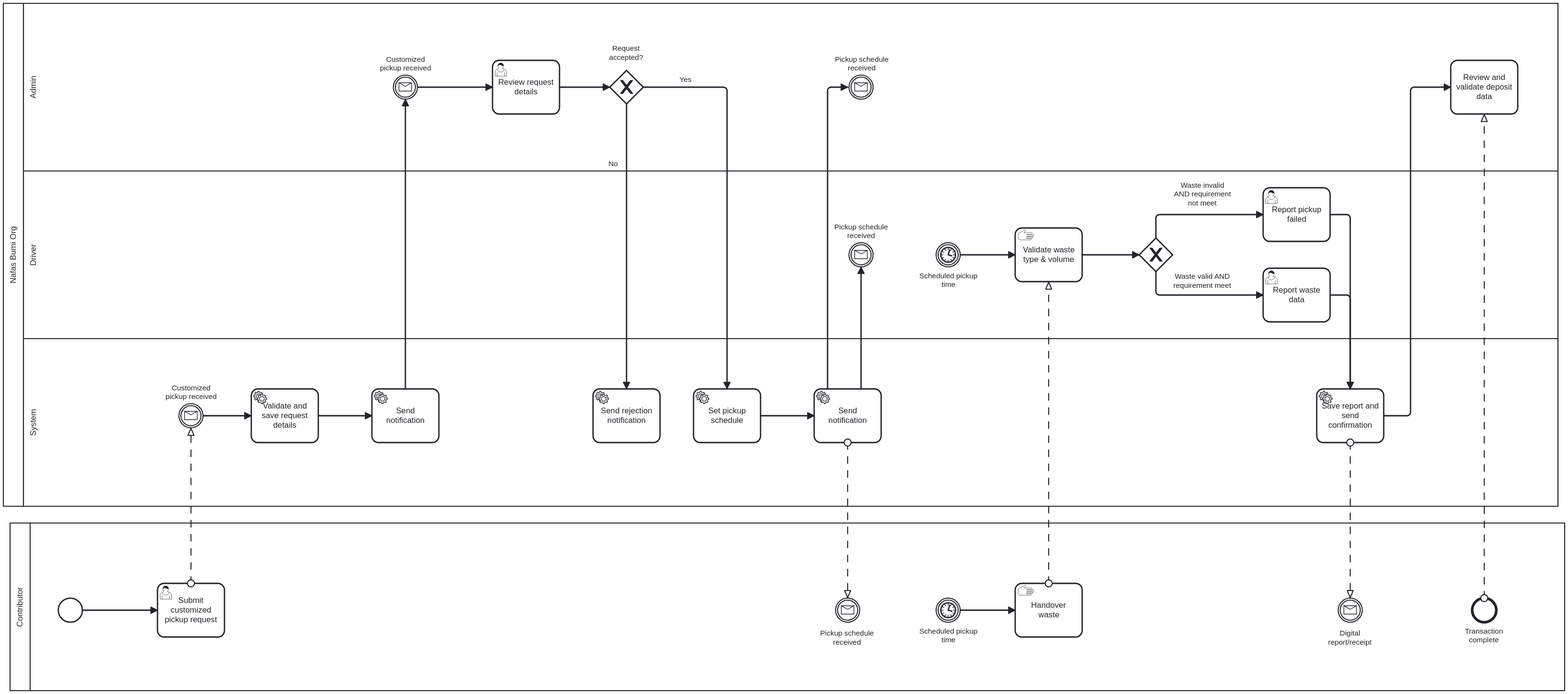
Before: docs/assets/bpmn/customized-service.svg, a diagram exported from BPMN (gede-wahyu/nafas-bumi). Its source is kept beside it as docs/assets/bpmn/customized-service.bpmn. Ids are renumbered.
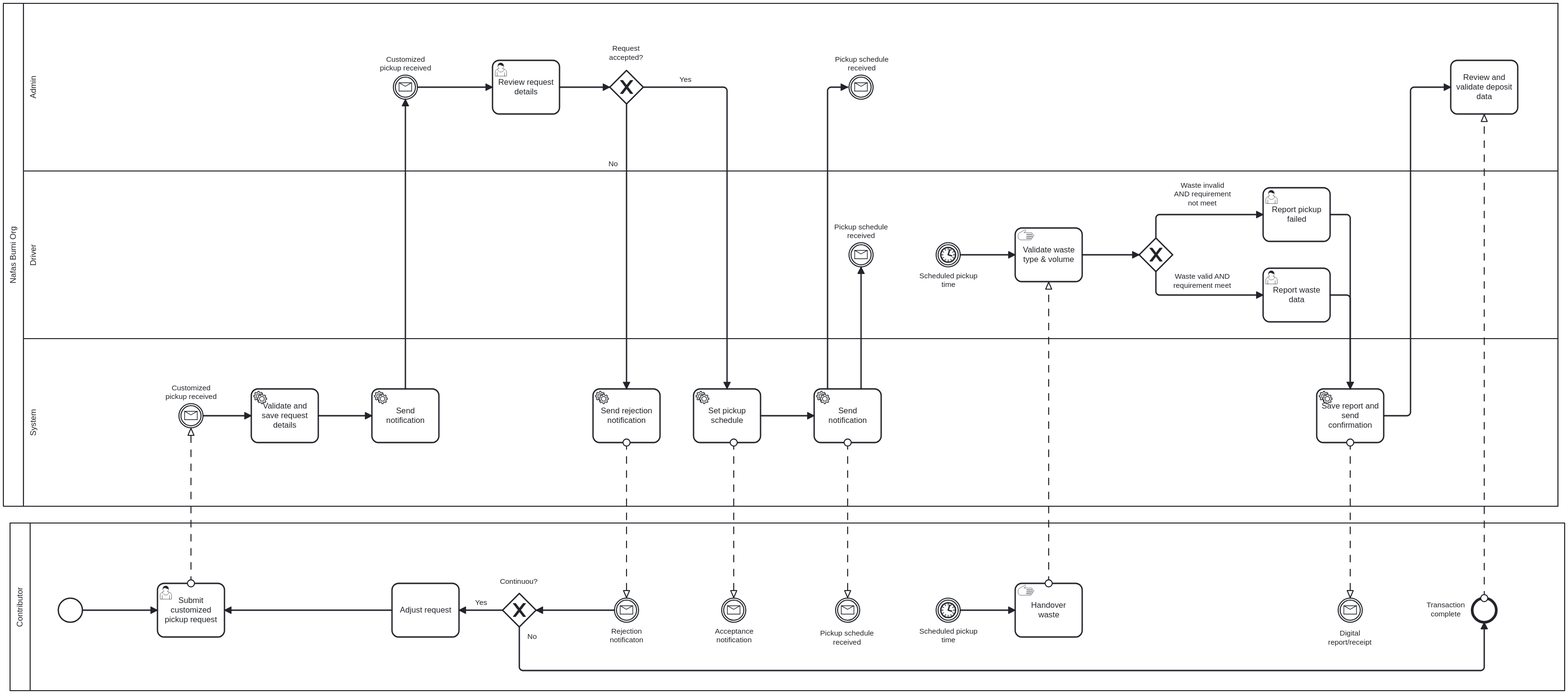
Later version of the same file.

Commit message:
feat: Add BPMN diagram and assets for the customized service process.

What changed in the source:
```diff
@@ -7,6 +7,8 @@
     <bpmn:messageFlow id="Flow_n13" sourceRef="Activity_n14" targetRef="Event_n15" />
     <bpmn:messageFlow id="Flow_n16" sourceRef="Event_n17" targetRef="Activity_n18" />
     <bpmn:messageFlow id="Flow_n19" sourceRef="Activity_n20" targetRef="Activity_n21" />
+    <bpmn:messageFlow id="Flow_n78" sourceRef="Activity_n45" targetRef="Event_n79" />
+    <bpmn:messageFlow id="Flow_n80" sourceRef="Activity_n44" targetRef="Event_n81" />
   </bpmn:collaboration>
   <bpmn:process id="Process_n4" isExecutable="false">
     <bpmn:intermediateCatchEvent id="Event_n12" name="Pickup schedule received">
@@ -14,6 +16,7 @@
     </bpmn:intermediateCatchEvent>
     <bpmn:userTask id="Activity_n8" name="Submit customized pickup request">
       <bpmn:incoming>Flow_n23</bpmn:incoming>
+      <bpmn:incoming>Flow_n82</bpmn:incoming>
     </bpmn:userTask>
     <bpmn:startEvent id="Event_n24">
       <bpmn:outgoing>Flow_n23</bpmn:outgoing>
@@ -21,7 +24,9 @@
     <bpmn:intermediateCatchEvent id="Event_n15" name="Digital report/receipt">
       <bpmn:messageEventDefinition id="MessageEventDefinition_n25" />
     </bpmn:intermediateCatchEvent>
-    <bpmn:endEvent id="Event_n17" name="Transaction complete" />
+    <bpmn:endEvent id="Event_n17" name="Transaction complete">
+      <bpmn:incoming>Flow_n83</bpmn:incoming>
+    </bpmn:endEvent>
     <bpmn:sequenceFlow id="Flow_n23" sourceRef="Event_n24" targetRef="Activity_n8" />
     <bpmn:intermediateCatchEvent id="Event_n26" name="Scheduled pickup time">
       <bpmn:outgoing>Flow_n27</bpmn:outgoing>
@@ -31,6 +36,26 @@
       <bpmn:incoming>Flow_n27</bpmn:incoming>
     </bpmn:manualTask>
     <bpmn:sequenceFlow id="Flow_n27" sourceRef="Event_n26" targetRef="Activity_n20" />
+    <bpmn:intermediateCatchEvent id="Event_n79" name="Rejection notificaton">
+      <bpmn:outgoing>Flow_n84</bpmn:outgoing>
+      <bpmn:messageEventDefinition id="MessageEventDefinition_n85" />
+    </bpmn:intermediateCatchEvent>
+    <bpmn:intermediateCatchEvent id="Event_n81" name="Acceptance notification">
+      <bpmn:messageEventDefinition id="MessageEventDefinition_n86" />
+    </bpmn:intermediateCatchEvent>
+    <bpmn:exclusiveGateway id="Gateway_n87" name="Continuou?">
+      <bpmn:incoming>Flow_n84</bpmn:incoming>
+      <bpmn:outgoing>Flow_n88</bpmn:outgoing>
+      <bpmn:outgoing>Flow_n83</bpmn:outgoing>
+    </bpmn:exclusiveGateway>
+    <bpmn:sequenceFlow id="Flow_n84" sourceRef="Event_n79" targetRef="Gateway_n87" />
+    <bpmn:task id="Activity_n89" name="Adjust request">
+      <bpmn:incoming>Flow_n88</bpmn:incoming>
+      <bpmn:outgoing>Flow_n82</bpmn:outgoing>
+    </bpmn:task>
+    <bpmn:sequenceFlow id="Flow_n88" name="Yes" sourceRef="Gateway_n87" targetRef="Activity_n89" />
+    <bpmn:sequenceFlow id="Flow_n82" sourceRef="Activity_n89" targetRef="Activity_n8" />
+    <bpmn:sequenceFlow id="Flow_n83" name="No" sourceRef="Gateway_n87" targetRef="Event_n17" />
   </bpmn:process>
   <bpmn:process id="Process_n6" isExecutable="false">
     <bpmn:laneSet id="LaneSet_n29">
@@ -180,7 +205,7 @@
       <bpmndi:BPMNShape id="Event_n17_di" bpmnElement="Event_n17">
         <dc:Bounds x="2352" y="972" width="36" height="36" />
         <bpmndi:BPMNLabel>
-          <dc:Bounds x="2341" y="1015" width="58" height="27" />
+          <dc:Bounds x="2284" y="976" width="58" height="27" />
         </bpmndi:BPMNLabel>
       </bpmndi:BPMNShape>
       <bpmndi:BPMNShape id="BPMNShape_n70" bpmnElement="Event_n26">
@@ -193,6 +218,28 @@
         <dc:Bounds x="1670" y="950" width="100" height="80" />
         <bpmndi:BPMNLabel />
       </bpmndi:BPMNShape>
+      <bpmndi:BPMNShape id="Event_16e2rmu_di" bpmnElement="Event_n79">
+        <dc:Bounds x="1072" y="972" width="36" height="36" />
+        <bpmndi:BPMNLabel>
+          <dc:Bounds x="1065" y="1015" width="51" height="27" />
+        </bpmndi:BPMNLabel>
+      </bpmndi:BPMNShape>
+      <bpmndi:BPMNShape id="BPMNShape_n90" bpmnElement="Event_n81">
+        <dc:Bounds x="1232" y="972" width="36" height="36" />
+        <bpmndi:BPMNLabel>
+          <dc:Bounds x="1222" y="1015" width="57" height="27" />
+        </bpmndi:BPMNLabel>
+      </bpmndi:BPMNShape>
+      <bpmndi:BPMNShape id="Gateway_n87_di" bpmnElement="Gateway_n87" isMarkerVisible="true">
+        <dc:Bounds x="905" y="965" width="50" height="50" />
+        <bpmndi:BPMNLabel>
+          <dc:Bounds x="901" y="941" width="57" height="14" />
+        </bpmndi:BPMNLabel>
+      </bpmndi:BPMNShape>
+      <bpmndi:BPMNShape id="Activity_n89_di" bpmnElement="Activity_n89">
+        <dc:Bounds x="740" y="950" width="100" height="80" />
+        <bpmndi:BPMNLabel />
+      </bpmndi:BPMNShape>
       <bpmndi:BPMNEdge id="Flow_n23_di" bpmnElement="Flow_n23">
         <di:waypoint x="278" y="990" />
         <di:waypoint x="390" y="990" />
@@ -200,6 +247,30 @@
       <bpmndi:BPMNEdge id="Flow_n27_di" bpmnElement="Flow_n27">
         <di:waypoint x="1588" y="990" />
         <di:waypoint x="1670" y="990" />
+      </bpmndi:BPMNEdge>
+      <bpmndi:BPMNEdge id="Flow_n84_di" bpmnElement="Flow_n84">
+        <di:waypoint x="1072" y="990" />
+        <di:waypoint x="955" y="990" />
+      </bpmndi:BPMNEdge>
+      <bpmndi:BPMNEdge id="Flow_n88_di" bpmnElement="Flow_n88">
+        <di:waypoint x="905" y="990" />
+        <di:waypoint x="840" y="990" />
+        <bpmndi:BPMNLabel>
+          <dc:Bounds x="864" y="972" width="18" height="14" />
+        </bpmndi:BPMNLabel>
+      </bpmndi:BPMNEdge>
+      <bpmndi:BPMNEdge id="Flow_n82_di" bpmnElement="Flow_n82">
+        <di:waypoint x="740" y="990" />
+        <di:waypoint x="490" y="990" />
+      </bpmndi:BPMNEdge>
+      <bpmndi:BPMNEdge id="Flow_n83_di" bpmnElement="Flow_n83">
+        <di:waypoint x="930" y="1015" />
+        <di:waypoint x="930" y="1080" />
+        <di:waypoint x="2370" y="1080" />
+        <di:waypoint x="2370" y="1008" />
+        <bpmndi:BPMNLabel>
+          <dc:Bounds x="942" y="1023" width="15" height="14" />
+        </bpmndi:BPMNLabel>
       </bpmndi:BPMNEdge>
       <bpmndi:BPMNShape id="BPMNShape_n72" bpmnElement="Participant_n5" isHorizontal="true">
         <dc:Bounds x="160" y="85" width="2320" height="750" />
@@ -408,6 +479,14 @@
         <di:waypoint x="1720" y="950" />
         <di:waypoint x="1720" y="500" />
       </bpmndi:BPMNEdge>
+      <bpmndi:BPMNEdge id="Flow_n78_di" bpmnElement="Flow_n78">
+        <di:waypoint x="1090" y="740" />
+        <di:waypoint x="1090" y="972" />
+      </bpmndi:BPMNEdge>
+      <bpmndi:BPMNEdge id="Flow_n80_di" bpmnElement="Flow_n80">
+        <di:waypoint x="1250" y="740" />
+        <di:waypoint x="1250" y="972" />
+      </bpmndi:BPMNEdge>
     </bpmndi:BPMNPlane>
   </bpmndi:BPMNDiagram>
 </bpmn:definitions>
```
